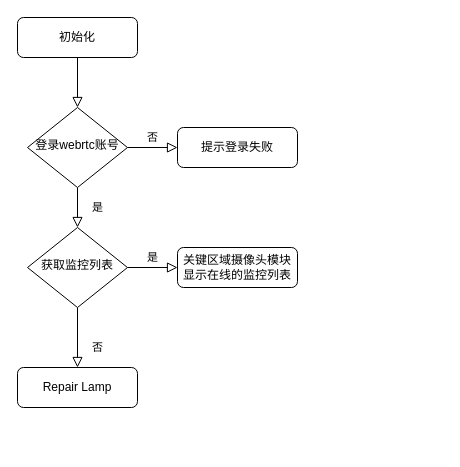
Before: Untitled Diagram.drawio in MiYa-WX/vue-my, a draw.io diagram. Source tidied: cells renumbered, new cells numbered last; positions are measured from the earlier drawing's top-left corner, leaving out a move shared by most shapes. Both pictures are drawn from the tidied source at 100%, with x=0, y=0 at pixel (17, 17).
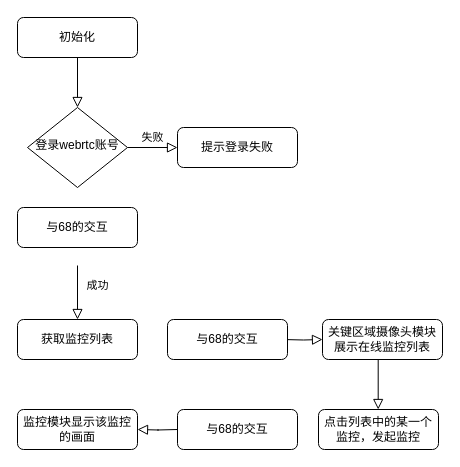
After the change.

Unchanged cells that the change refers to:
```xml
<mxCell id="6" value="登录webrtc账号" style="rhombus;whiteSpace=wrap;html=1;shadow=0;fontFamily=Helvetica;fontSize=12;align=center;strokeWidth=1;spacing=6;spacingTop=-4;" parent="1" vertex="1">
  <mxGeometry x="10" y="90" width="100" height="80" as="geometry" />
</mxCell>
<mxCell id="7" value="提示登录失败" style="rounded=1;whiteSpace=wrap;html=1;fontSize=12;glass=0;strokeWidth=1;shadow=0;" parent="1" vertex="1">
  <mxGeometry x="160" y="110" width="120" height="40" as="geometry" />
</mxCell>
```

What changed in the source:
```diff
@@
-    <mxCell id="4" value="是" style="rounded=0;html=1;jettySize=auto;fontSize=11;endArrow=block;endFill=0;endSize=8;strokeWidth=1;shadow=0;labelBackgroundColor=none;edgeStyle=orthogonalEdgeStyle;" parent="1" edge="1" source="6" target="10">
-      <mxGeometry y="20" relative="1" as="geometry" />
+    <mxCell id="4" value="成功" style="rounded=0;html=1;jettySize=auto;orthogonalLoop=1;fontSize=11;endArrow=block;endFill=0;endSize=8;strokeWidth=1;shadow=0;labelBackgroundColor=none;edgeStyle=orthogonalEdgeStyle;entryX=0.5;entryY=0;entryDx=0;entryDy=0;" parent="1" edge="1">
+      <mxGeometry x="-0.26" y="20" relative="1" as="geometry">
+        <mxPoint x="60" y="248" as="sourcePoint" />
+        <mxPoint x="60" y="302" as="targetPoint" />
+      </mxGeometry>
     </mxCell>
-    <mxCell id="5" value="否" style="edgeStyle=orthogonalEdgeStyle;rounded=0;html=1;jettySize=auto;fontSize=11;endArrow=block;endFill=0;endSize=8;strokeWidth=1;shadow=0;labelBackgroundColor=none;" parent="1" edge="1" source="6" target="7">
+    <mxCell id="5" value="失败" style="edgeStyle=orthogonalEdgeStyle;rounded=0;html=1;jettySize=auto;fontSize=11;endArrow=block;endFill=0;endSize=8;strokeWidth=1;shadow=0;labelBackgroundColor=none;" parent="1" edge="1" source="6" target="7">
       <mxGeometry y="10" relative="1" as="geometry" />
     </mxCell>
@@
-    <mxCell id="8" value="否" style="rounded=0;html=1;jettySize=auto;fontSize=11;endArrow=block;endFill=0;endSize=8;strokeWidth=1;shadow=0;labelBackgroundColor=none;edgeStyle=orthogonalEdgeStyle;" parent="1" edge="1" source="10" target="11">
-      <mxGeometry x="0.33" y="20" relative="1" as="geometry" />
-    </mxCell>
-    <mxCell id="9" value="是" style="edgeStyle=orthogonalEdgeStyle;rounded=0;html=1;jettySize=auto;fontSize=11;endArrow=block;endFill=0;endSize=8;strokeWidth=1;shadow=0;labelBackgroundColor=none;" parent="1" edge="1" source="10" target="12">
-      <mxGeometry y="10" relative="1" as="geometry" />
-    </mxCell>
+    <mxCell id="12" value="关键区域摄像头模块展示在线监控列表" style="rounded=1;whiteSpace=wrap;html=1;fontSize=12;glass=0;strokeWidth=1;shadow=0;" parent="1" vertex="1">
+      <mxGeometry x="305" y="302" width="120" height="40" as="geometry" />
+    </mxCell>
-    <mxCell id="10" value="获取监控列表" style="rhombus;whiteSpace=wrap;html=1;shadow=0;fontFamily=Helvetica;fontSize=12;align=center;strokeWidth=1;spacing=6;spacingTop=-4;" parent="1" vertex="1">
-      <mxGeometry x="10" y="210" width="100" height="80" as="geometry" />
+    <mxCell id="10" value="获取监控列表" style="rounded=1;whiteSpace=wrap;html=1;fontSize=12;glass=0;strokeWidth=1;shadow=0;" parent="1" vertex="1">
+      <mxGeometry y="302" width="120" height="40" as="geometry" />
     </mxCell>
-    <mxCell id="11" value="Repair Lamp" style="rounded=1;whiteSpace=wrap;html=1;fontSize=12;glass=0;strokeWidth=1;shadow=0;" parent="1" vertex="1">
-      <mxGeometry y="350" width="120" height="40" as="geometry" />
-    </mxCell>
-    <mxCell id="12" value="关键区域摄像头模块显示在线的监控列表" style="rounded=1;whiteSpace=wrap;html=1;fontSize=12;glass=0;strokeWidth=1;shadow=0;" parent="1" vertex="1">
-      <mxGeometry x="160" y="230" width="120" height="40" as="geometry" />
-    </mxCell>
+    <mxCell id="13" style="rounded=0;html=1;jettySize=auto;fontSize=11;endArrow=block;endFill=0;endSize=8;strokeWidth=1;shadow=0;labelBackgroundColor=none;edgeStyle=orthogonalEdgeStyle;entryX=0;entryY=0.5;entryDx=0;entryDy=0;exitX=1;exitY=0.5;exitDx=0;exitDy=0;" parent="1" edge="1" target="12">
+      <mxGeometry relative="1" as="geometry">
+        <mxPoint x="265" y="322" as="sourcePoint" />
+      </mxGeometry>
+    </mxCell>
+    <mxCell id="14" value="点击列表中的某一个监控，发起监控" style="rounded=1;whiteSpace=wrap;html=1;fontSize=12;glass=0;strokeWidth=1;shadow=0;" parent="1" vertex="1">
+      <mxGeometry x="301" y="392" width="120" height="40" as="geometry" />
+    </mxCell>
+    <mxCell id="15" style="rounded=0;html=1;jettySize=auto;orthogonalLoop=1;fontSize=11;endArrow=block;endFill=0;endSize=8;strokeWidth=1;shadow=0;labelBackgroundColor=none;edgeStyle=orthogonalEdgeStyle;" parent="1" edge="1">
+      <mxGeometry relative="1" as="geometry">
+        <mxPoint x="360.7" y="342" as="sourcePoint" />
+        <mxPoint x="360.7" y="392" as="targetPoint" />
+      </mxGeometry>
+    </mxCell>
+    <mxCell id="16" value="监控模块显示该监控的画面" style="rounded=1;whiteSpace=wrap;html=1;fontSize=12;glass=0;strokeWidth=1;shadow=0;" parent="1" vertex="1">
+      <mxGeometry y="392" width="120" height="40" as="geometry" />
+    </mxCell>
+    <mxCell id="17" style="rounded=0;html=1;jettySize=auto;orthogonalLoop=1;fontSize=11;endArrow=block;endFill=0;endSize=8;strokeWidth=1;shadow=0;labelBackgroundColor=none;edgeStyle=orthogonalEdgeStyle;" parent="1" edge="1">
+      <mxGeometry relative="1" as="geometry">
+        <mxPoint x="160" y="412" as="sourcePoint" />
+        <mxPoint x="120" y="412" as="targetPoint" />
+      </mxGeometry>
+    </mxCell>
+    <mxCell id="18" value="与68的交互" style="rounded=1;whiteSpace=wrap;html=1;fontSize=12;glass=0;strokeWidth=1;shadow=0;" parent="1" vertex="1">
+      <mxGeometry x="150" y="302" width="120" height="40" as="geometry" />
+    </mxCell>
+    <mxCell id="19" value="与68的交互" style="rounded=1;whiteSpace=wrap;html=1;fontSize=12;glass=0;strokeWidth=1;shadow=0;" parent="1" vertex="1">
+      <mxGeometry x="160" y="392" width="120" height="40" as="geometry" />
+    </mxCell>
+    <mxCell id="20" value="与68的交互" style="rounded=1;whiteSpace=wrap;html=1;fontSize=12;glass=0;strokeWidth=1;shadow=0;" parent="1" vertex="1">
+      <mxGeometry y="190" width="120" height="40" as="geometry" />
+    </mxCell>
```
